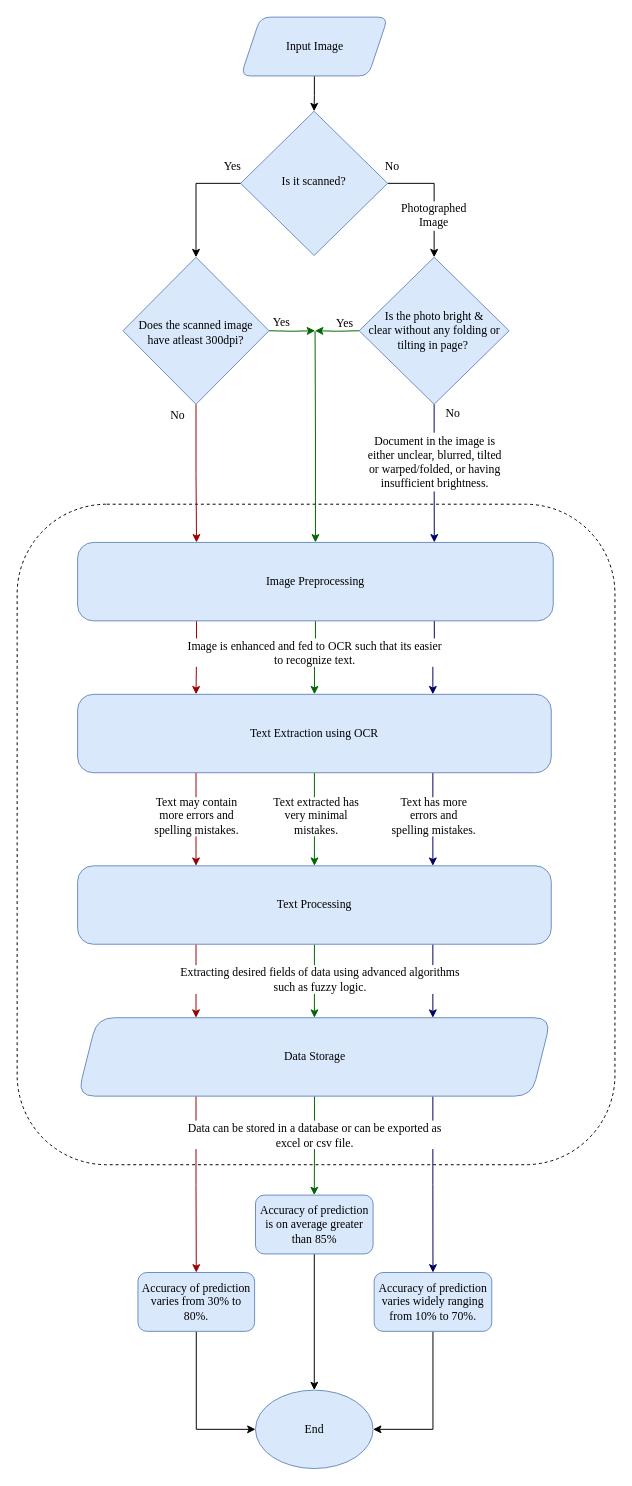
Before: page "Page-3" (3 of 3) of workflow3.drawio in NiThIn-S/first, a draw.io diagram. Source tidied: cells renumbered, new cells numbered last; positions are measured from the earlier drawing's top-left corner, leaving out a move shared by most shapes. Both pictures are drawn from the tidied source at 98%, with x=0, y=0 at pixel (17, 17).
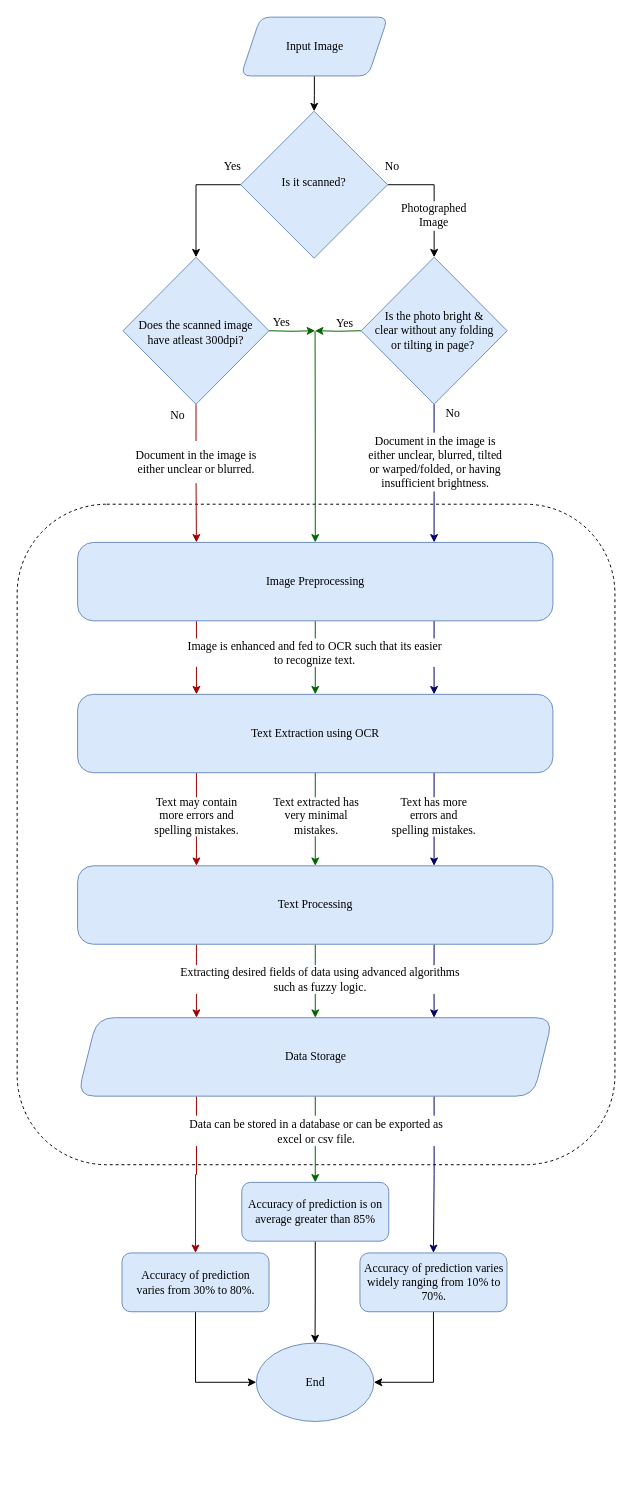
Above is the later version.

The change refers to these unchanged cells:
```xml
<mxCell id="11" value="&lt;div&gt;&lt;span&gt;Does the scanned image &lt;/span&gt;&lt;span&gt;have atleast 300dpi? &lt;/span&gt;&lt;/div&gt;" style="rhombus;whiteSpace=wrap;shadow=0;fontFamily=Times New Roman;fontSize=12;align=center;strokeWidth=1;spacing=7;spacingTop=4;verticalAlign=middle;textDirection=ltr;html=1;horizontal=1;fillColor=#dae8fc;strokeColor=#6c8ebf;labelPosition=center;verticalLabelPosition=middle;" parent="1" vertex="1">
  <mxGeometry x="108" y="245" width="149" height="150" as="geometry" />
</mxCell>
```

Change to the diagram source:
```diff
@@
-    <mxCell id="2" style="rounded=1;whiteSpace=wrap;html=1;labelBackgroundColor=none;textOpacity=0;glass=0;sketch=0;shadow=0;fillColor=none;dashed=1;" parent="1" vertex="1">
+    <mxCell id="2" style="rounded=1;whiteSpace=wrap;html=1;labelBackgroundColor=none;textOpacity=0;glass=0;sketch=0;shadow=0;fillColor=none;dashed=1;fontFamily=Times New Roman;" parent="1" vertex="1">
       <mxGeometry y="497" width="610" height="674" as="geometry" />
     </mxCell>
-    <mxCell id="3" style="edgeStyle=orthogonalEdgeStyle;rounded=0;jettySize=auto;html=1;entryX=0.75;entryY=0;entryDx=0;entryDy=0;strokeColor=#000066;" parent="1" edge="1" source="5" target="19">
+    <mxCell id="3" style="edgeStyle=orthogonalEdgeStyle;rounded=0;jettySize=auto;html=1;entryX=0.75;entryY=0;entryDx=0;entryDy=0;strokeColor=#000066;fontFamily=Times New Roman;" parent="1" edge="1" source="5" target="19">
       <mxGeometry relative="1" as="geometry" />
     </mxCell>
-    <mxCell id="4" style="edgeStyle=orthogonalEdgeStyle;rounded=0;jettySize=auto;html=1;fontFamily=Helvetica;strokeColor=#006600;endFill=0;endArrow=none;startFill=1;startArrow=classic;" parent="1" edge="1" target="5">
+    <mxCell id="4" style="edgeStyle=orthogonalEdgeStyle;rounded=0;jettySize=auto;html=1;fontFamily=Times New Roman;strokeColor=#006600;endFill=0;endArrow=none;startFill=1;startArrow=classic;" parent="1" edge="1" target="5">
       <mxGeometry relative="1" as="geometry">
         <mxPoint x="304" y="320" as="sourcePoint" />
       </mxGeometry>
     </mxCell>
     <mxCell id="5" value="&lt;div&gt;Is the photo bright &amp;amp; &lt;br&gt;&lt;/div&gt;&lt;div&gt;clear without any folding or tilting in page?&amp;nbsp; &lt;/div&gt;" style="rhombus;whiteSpace=wrap;shadow=0;fontFamily=Times New Roman;fontSize=12;align=center;strokeWidth=1;spacing=7;spacingTop=0;verticalAlign=middle;textDirection=ltr;html=1;horizontal=1;fillColor=#dae8fc;strokeColor=#6c8ebf;labelPosition=center;verticalLabelPosition=middle;spacingLeft=3;spacingRight=2;" parent="1" vertex="1">
-      <mxGeometry x="349" y="245" width="153" height="150" as="geometry" />
+      <mxGeometry x="351" y="245" width="149" height="150" as="geometry" />
     </mxCell>
@@
     <mxCell id="7" value="&lt;br&gt;&lt;br&gt;&lt;p class=&quot;MsoNormal&quot; style=&quot;text-align: center&quot; align=&quot;center&quot;&gt;&lt;span lang=&quot;EN-IN&quot;&gt;Is it scanned?&lt;/span&gt;&lt;/p&gt;&lt;br&gt;&lt;br&gt;" style="rhombus;whiteSpace=wrap;html=1;shadow=0;fontFamily=Times New Roman;fontSize=12;align=center;strokeWidth=1;spacing=6;spacingTop=-4;fillColor=#dae8fc;strokeColor=#6c8ebf;" parent="1" vertex="1">
-      <mxGeometry x="228" y="96" width="150" height="147.2" as="geometry" />
+      <mxGeometry x="228" y="96" width="150" height="150" as="geometry" />
     </mxCell>
-    <mxCell id="8" style="edgeStyle=orthogonalEdgeStyle;rounded=0;jettySize=auto;html=1;entryX=0;entryY=0.5;entryDx=0;entryDy=0;startArrow=classic;startFill=1;endArrow=none;endFill=0;fontColor=#000000;" parent="1" edge="1" source="11" target="7">
+    <mxCell id="8" style="edgeStyle=orthogonalEdgeStyle;rounded=0;jettySize=auto;html=1;entryX=0;entryY=0.5;entryDx=0;entryDy=0;startArrow=classic;startFill=1;endArrow=none;endFill=0;fontColor=#000000;fontFamily=Times New Roman;" parent="1" edge="1" source="11" target="7">
       <mxGeometry relative="1" as="geometry" />
     </mxCell>
-    <mxCell id="9" style="edgeStyle=orthogonalEdgeStyle;rounded=0;jettySize=auto;html=1;entryX=0.25;entryY=0;entryDx=0;entryDy=0;strokeColor=#990000;" parent="1" edge="1" source="11" target="19">
+    <mxCell id="9" style="edgeStyle=orthogonalEdgeStyle;rounded=0;jettySize=auto;html=1;entryX=0.25;entryY=0;entryDx=0;entryDy=0;strokeColor=#990000;fontFamily=Times New Roman;" parent="1" edge="1" source="11" target="19">
       <mxGeometry relative="1" as="geometry" />
     </mxCell>
-    <mxCell id="10" style="edgeStyle=orthogonalEdgeStyle;rounded=0;jettySize=auto;html=1;fontFamily=Helvetica;strokeColor=#006600;endFill=0;endArrow=none;startFill=1;startArrow=classic;" parent="1" edge="1" target="11">
+    <mxCell id="10" style="edgeStyle=orthogonalEdgeStyle;rounded=0;jettySize=auto;html=1;fontFamily=Times New Roman;strokeColor=#006600;endFill=0;endArrow=none;startFill=1;startArrow=classic;" parent="1" edge="1" target="11">
       <mxGeometry relative="1" as="geometry">
         <mxPoint x="304" y="320" as="sourcePoint" />
       </mxGeometry>
     </mxCell>
@@
-    <mxCell id="15" style="edgeStyle=orthogonalEdgeStyle;rounded=0;jettySize=auto;html=1;endArrow=none;endFill=0;fontColor=#000000;startArrow=classic;startFill=1;strokeColor=#006600;" parent="1" edge="1" source="19">
+    <mxCell id="15" style="edgeStyle=orthogonalEdgeStyle;rounded=0;jettySize=auto;html=1;endArrow=none;endFill=0;fontColor=#000000;startArrow=classic;startFill=1;strokeColor=#006600;fontFamily=Times New Roman;" parent="1" edge="1" source="19">
       <mxGeometry relative="1" as="geometry">
         <mxPoint x="304" y="320" as="targetPoint" />
       </mxGeometry>
     </mxCell>
-    <mxCell id="16" style="edgeStyle=orthogonalEdgeStyle;rounded=0;jettySize=auto;html=1;strokeColor=#006600;" parent="1" edge="1" source="19" target="33">
+    <mxCell id="16" style="edgeStyle=orthogonalEdgeStyle;rounded=0;jettySize=auto;html=1;strokeColor=#006600;fontFamily=Times New Roman;" parent="1" edge="1" source="19" target="33">
       <mxGeometry relative="1" as="geometry" />
     </mxCell>
-    <mxCell id="17" style="edgeStyle=orthogonalEdgeStyle;rounded=0;jettySize=auto;html=1;exitX=0.25;exitY=1;exitDx=0;exitDy=0;entryX=0.25;entryY=0;entryDx=0;entryDy=0;strokeColor=#990000;" parent="1" edge="1" source="19" target="33">
+    <mxCell id="17" style="edgeStyle=orthogonalEdgeStyle;rounded=0;jettySize=auto;html=1;exitX=0.25;exitY=1;exitDx=0;exitDy=0;entryX=0.25;entryY=0;entryDx=0;entryDy=0;strokeColor=#990000;fontFamily=Times New Roman;" parent="1" edge="1" source="19" target="33">
       <mxGeometry relative="1" as="geometry" />
     </mxCell>
-    <mxCell id="18" style="edgeStyle=orthogonalEdgeStyle;rounded=0;jettySize=auto;html=1;exitX=0.75;exitY=1;exitDx=0;exitDy=0;entryX=0.75;entryY=0;entryDx=0;entryDy=0;strokeColor=#000066;" parent="1" edge="1" source="19" target="33">
+    <mxCell id="18" style="edgeStyle=orthogonalEdgeStyle;rounded=0;jettySize=auto;html=1;exitX=0.75;exitY=1;exitDx=0;exitDy=0;entryX=0.75;entryY=0;entryDx=0;entryDy=0;strokeColor=#000066;fontFamily=Times New Roman;" parent="1" edge="1" source="19" target="33">
       <mxGeometry relative="1" as="geometry" />
     </mxCell>
     <mxCell id="19" value="&lt;div&gt;&lt;span&gt;Image Preprocessing&lt;/span&gt;&lt;/div&gt;" style="rounded=1;whiteSpace=wrap;html=1;align=center;fillColor=#dae8fc;strokeColor=#6c8ebf;fontFamily=Times New Roman;fontStyle=0;arcSize=20;" parent="1" vertex="1">
-      <mxGeometry x="61.7" y="536" width="485.3" height="80" as="geometry" />
+      <mxGeometry x="61.7" y="536" width="485" height="80" as="geometry" />
     </mxCell>
@@
     <mxCell id="25" value="End" style="ellipse;whiteSpace=wrap;html=1;rounded=1;strokeColor=#6c8ebf;fillColor=#dae8fc;spacingTop=-1;spacingLeft=1;fontFamily=Times New Roman;" parent="1" vertex="1">
-      <mxGeometry x="243.2" y="1401" width="120" height="80" as="geometry" />
+      <mxGeometry x="244" y="1353" width="120" height="80" as="geometry" />
     </mxCell>
     <mxCell id="26" value="&lt;div&gt;Document in the image is either unclear, blurred, tilted or warped/folded, or having insufficient brightness.&lt;/div&gt;" style="text;html=1;strokeColor=none;align=center;verticalAlign=middle;whiteSpace=wrap;rounded=0;fontSize=12;fontFamily=Times New Roman;fillColor=#ffffff;" parent="1" vertex="1">
-      <mxGeometry x="351" y="424" width="151" height="60" as="geometry" />
+      <mxGeometry x="352.5" y="424" width="148" height="60" as="geometry" />
     </mxCell>
-    <mxCell id="27" style="edgeStyle=orthogonalEdgeStyle;rounded=0;jettySize=auto;html=1;" parent="1" edge="1" source="28" target="25">
+    <mxCell id="27" style="edgeStyle=orthogonalEdgeStyle;rounded=0;jettySize=auto;html=1;fontFamily=Times New Roman;" parent="1" edge="1" source="28" target="25">
       <mxGeometry relative="1" as="geometry" />
     </mxCell>
     <mxCell id="28" value="Accuracy of prediction is on average greater than 85%" style="whiteSpace=wrap;html=1;rounded=1;fontFamily=Times New Roman;strokeColor=#6c8ebf;fillColor=#dae8fc;spacingTop=-1;spacingLeft=1;" parent="1" vertex="1">
-      <mxGeometry x="243.2" y="1202" width="120" height="60" as="geometry" />
+      <mxGeometry x="229.2" y="1189" width="150" height="60" as="geometry" />
     </mxCell>
@@
-    <mxCell id="30" style="edgeStyle=orthogonalEdgeStyle;rounded=0;jettySize=auto;html=1;fontFamily=Helvetica;strokeColor=#006600;" parent="1" edge="1" source="33" target="38">
+    <mxCell id="30" style="edgeStyle=orthogonalEdgeStyle;rounded=0;jettySize=auto;html=1;fontFamily=Times New Roman;strokeColor=#006600;" parent="1" edge="1" source="33" target="38">
       <mxGeometry relative="1" as="geometry" />
     </mxCell>
@@
-    <mxCell id="32" style="edgeStyle=orthogonalEdgeStyle;rounded=0;jettySize=auto;html=1;exitX=0.25;exitY=1;exitDx=0;exitDy=0;entryX=0.25;entryY=0;entryDx=0;entryDy=0;fontFamily=Helvetica;strokeColor=#990000;" parent="1" edge="1" source="33" target="38">
+    <mxCell id="32" style="edgeStyle=orthogonalEdgeStyle;rounded=0;jettySize=auto;html=1;exitX=0.25;exitY=1;exitDx=0;exitDy=0;entryX=0.25;entryY=0;entryDx=0;entryDy=0;fontFamily=Times New Roman;strokeColor=#990000;" parent="1" edge="1" source="33" target="38">
       <mxGeometry relative="1" as="geometry" />
     </mxCell>
     <mxCell id="33" value="&lt;div&gt;Text Extraction using OCR&lt;/div&gt;" style="rounded=1;whiteSpace=wrap;html=1;align=center;fillColor=#dae8fc;strokeColor=#6c8ebf;fontFamily=Times New Roman;fontStyle=0;arcSize=20;" parent="1" vertex="1">
-      <mxGeometry x="61.7" y="691" width="483.3" height="80" as="geometry" />
+      <mxGeometry x="61.7" y="691" width="485" height="80" as="geometry" />
     </mxCell>
@@
-    <mxCell id="35" style="edgeStyle=orthogonalEdgeStyle;rounded=0;jettySize=auto;html=1;fontFamily=Helvetica;strokeColor=#006600;" parent="1" edge="1" source="38" target="45">
+    <mxCell id="35" style="edgeStyle=orthogonalEdgeStyle;rounded=0;jettySize=auto;html=1;fontFamily=Times New Roman;strokeColor=#006600;" parent="1" edge="1" source="38" target="45">
       <mxGeometry relative="1" as="geometry" />
     </mxCell>
@@
-    <mxCell id="37" style="edgeStyle=orthogonalEdgeStyle;rounded=0;jettySize=auto;html=1;exitX=0.25;exitY=1;exitDx=0;exitDy=0;entryX=0.25;entryY=0;entryDx=0;entryDy=0;fontFamily=Helvetica;strokeColor=#990000;" parent="1" edge="1" source="38" target="45">
+    <mxCell id="37" style="edgeStyle=orthogonalEdgeStyle;rounded=0;jettySize=auto;html=1;exitX=0.25;exitY=1;exitDx=0;exitDy=0;entryX=0.25;entryY=0;entryDx=0;entryDy=0;fontFamily=Times New Roman;strokeColor=#990000;" parent="1" edge="1" source="38" target="45">
       <mxGeometry relative="1" as="geometry" />
     </mxCell>
     <mxCell id="38" value="Text Processing" style="rounded=1;whiteSpace=wrap;html=1;align=center;fillColor=#dae8fc;strokeColor=#6c8ebf;fontFamily=Times New Roman;fontStyle=0;arcSize=20;" parent="1" vertex="1">
-      <mxGeometry x="61.7" y="866" width="483.3" height="80" as="geometry" />
+      <mxGeometry x="61.7" y="866" width="485" height="80" as="geometry" />
     </mxCell>
@@
-    <mxCell id="42" style="edgeStyle=orthogonalEdgeStyle;rounded=0;jettySize=auto;html=1;exitX=0.25;exitY=1;exitDx=0;exitDy=0;fontFamily=Helvetica;strokeColor=#990000;" parent="1" edge="1" source="45" target="50">
+    <mxCell id="42" style="edgeStyle=orthogonalEdgeStyle;rounded=0;jettySize=auto;html=1;exitX=0.25;exitY=1;exitDx=0;exitDy=0;fontFamily=Times New Roman;strokeColor=#990000;" parent="1" edge="1" source="45" target="50">
       <mxGeometry relative="1" as="geometry" />
     </mxCell>
-    <mxCell id="43" style="edgeStyle=orthogonalEdgeStyle;rounded=0;jettySize=auto;html=1;entryX=0.5;entryY=0;entryDx=0;entryDy=0;fontFamily=Helvetica;strokeColor=#006600;" parent="1" edge="1" source="45" target="28">
+    <mxCell id="43" style="edgeStyle=orthogonalEdgeStyle;rounded=0;jettySize=auto;html=1;entryX=0.5;entryY=0;entryDx=0;entryDy=0;fontFamily=Times New Roman;strokeColor=#006600;" parent="1" edge="1" source="45" target="28">
       <mxGeometry relative="1" as="geometry" />
     </mxCell>
@@
     <mxCell id="45" value="Data Storage" style="shape=parallelogram;perimeter=parallelogramPerimeter;whiteSpace=wrap;html=1;fixedSize=1;rounded=1;strokeColor=#6c8ebf;fillColor=#dae8fc;spacingTop=-1;spacingLeft=1;fontFamily=Times New Roman;size=20;arcSize=35;" parent="1" vertex="1">
-      <mxGeometry x="61.7" y="1021" width="483.3" height="80" as="geometry" />
+      <mxGeometry x="61.7" y="1021" width="485" height="80" as="geometry" />
     </mxCell>
@@
-    <mxCell id="47" style="edgeStyle=orthogonalEdgeStyle;rounded=0;jettySize=auto;html=1;exitX=0.5;exitY=1;exitDx=0;exitDy=0;entryX=1;entryY=0.5;entryDx=0;entryDy=0;fontFamily=Helvetica;strokeColor=#000000;" parent="1" edge="1" source="48" target="25">
+    <mxCell id="47" style="edgeStyle=orthogonalEdgeStyle;rounded=0;jettySize=auto;html=1;exitX=0.5;exitY=1;exitDx=0;exitDy=0;entryX=1;entryY=0.5;entryDx=0;entryDy=0;fontFamily=Times New Roman;strokeColor=#000000;" parent="1" edge="1" source="48" target="25">
       <mxGeometry relative="1" as="geometry" />
     </mxCell>
     <mxCell id="48" value="Accuracy of prediction varies widely ranging from 10% to 70%." style="whiteSpace=wrap;html=1;rounded=1;fontFamily=Times New Roman;strokeColor=#6c8ebf;fillColor=#dae8fc;spacingTop=-1;spacingLeft=1;" parent="1" vertex="1">
-      <mxGeometry x="364.3" y="1281" width="120" height="60" as="geometry" />
+      <mxGeometry x="349.8" y="1261" width="150" height="60" as="geometry" />
     </mxCell>
-    <mxCell id="49" style="edgeStyle=orthogonalEdgeStyle;rounded=0;jettySize=auto;html=1;exitX=0.5;exitY=1;exitDx=0;exitDy=0;entryX=0;entryY=0.5;entryDx=0;entryDy=0;fontFamily=Helvetica;strokeColor=#000000;" parent="1" edge="1" source="50" target="25">
+    <mxCell id="49" style="edgeStyle=orthogonalEdgeStyle;rounded=0;jettySize=auto;html=1;exitX=0.5;exitY=1;exitDx=0;exitDy=0;entryX=0;entryY=0.5;entryDx=0;entryDy=0;fontFamily=Times New Roman;strokeColor=#000000;" parent="1" edge="1" source="50" target="25">
       <mxGeometry relative="1" as="geometry" />
     </mxCell>
     <mxCell id="50" value="&lt;div&gt;Accuracy of prediction &lt;br&gt;&lt;/div&gt;&lt;div&gt;varies from 30% to 80%.&lt;/div&gt;" style="whiteSpace=wrap;html=1;rounded=1;fontFamily=Times New Roman;strokeColor=#6c8ebf;fillColor=#dae8fc;spacingTop=-1;spacingLeft=1;" parent="1" vertex="1">
-      <mxGeometry x="123.3" y="1281" width="119" height="60" as="geometry" />
+      <mxGeometry x="107" y="1261" width="150" height="60" as="geometry" />
     </mxCell>
     <mxCell id="51" value="&lt;div&gt;Data can be stored in a database or can be exported as excel or csv file.&lt;/div&gt;" style="text;html=1;strokeColor=none;align=center;verticalAlign=middle;whiteSpace=wrap;rounded=0;fillColor=#ffffff;spacingTop=0;fontFamily=Times New Roman;spacing=2;" parent="1" vertex="1">
-      <mxGeometry x="166.6" y="1126" width="274" height="29" as="geometry" />
+      <mxGeometry x="168" y="1121" width="275" height="31" as="geometry" />
     </mxCell>
+    <mxCell id="52" value="&lt;div&gt;Document in the image is either unclear or blurred.&lt;/div&gt;" style="text;html=1;strokeColor=none;align=center;verticalAlign=middle;whiteSpace=wrap;rounded=0;fontSize=12;fontFamily=Times New Roman;fillColor=#ffffff;" parent="1" vertex="1">
+      <mxGeometry x="108" y="432.5" width="150" height="43" as="geometry" />
+    </mxCell>
```
